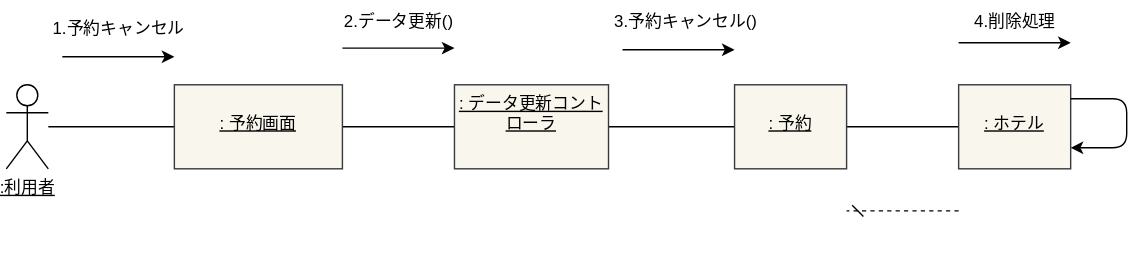
Earlier version of the draw.io export 演習5-2_CD_予約登録削除.drawio.svg (orenouserNamehaKawamura1/uml-introduction). Source tidied: cells renumbered, new cells last; positions are measured from the earlier drawing's top-left corner, leaving out a move shared by most shapes.
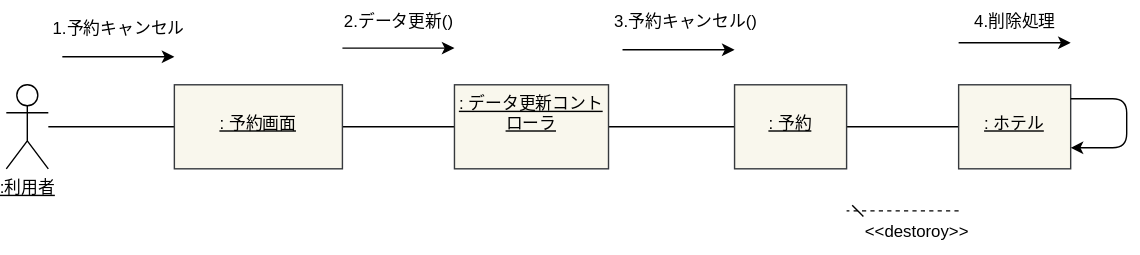
The same file after the commit.

Commit message:
細かな修正

What changed in the source:
```diff
@@ -83,7 +83,7 @@
         <mxPoint x="600" y="150" as="targetPoint" />
       </mxGeometry>
     </mxCell>
-    <mxCell id="21" value="&amp;lt;&amp;lt;destoroy&amp;gt;&amp;gt;" style="text;html=1;align=center;verticalAlign=middle;strokeColor=none;fillColor=none;fontColor=#FFFFFF;" parent="1" vertex="1">
+    <mxCell id="21" value="&lt;font color=&quot;#000000&quot;&gt;&amp;lt;&amp;lt;destoroy&amp;gt;&amp;gt;&lt;/font&gt;" style="text;html=1;align=center;verticalAlign=middle;strokeColor=none;fillColor=none;fontColor=#FFFFFF;" parent="1" vertex="1">
       <mxGeometry x="600" y="150" width="100" height="30" as="geometry" />
     </mxCell>
   </root>
```
